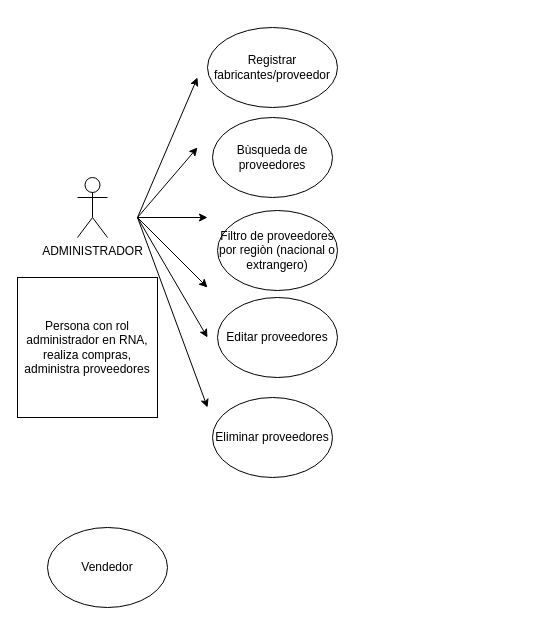
Above: Diagrama sin título.drawio in roxyDev/workshop-git (draw.io), before the change. Source tidied: cells renumbered, new cells numbered last; positions are measured from the earlier drawing's top-left corner, leaving out a move shared by most shapes. Both pictures are drawn from the tidied source at 100%, with x=0, y=0 at pixel (17, 27).
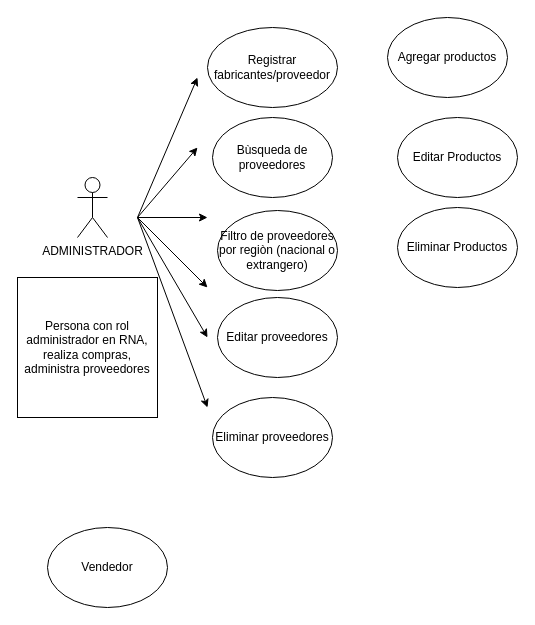
Above is the later version.

The edit, as a diff of the source:
```diff
@@
+    <mxCell id="16" value="Agregar productos" style="ellipse;whiteSpace=wrap;html=1;" parent="1" vertex="1">
+      <mxGeometry x="370" y="-10" width="120" height="80" as="geometry" />
+    </mxCell>
+    <mxCell id="17" value="Editar Productos" style="ellipse;whiteSpace=wrap;html=1;" parent="1" vertex="1">
+      <mxGeometry x="380" y="90" width="120" height="80" as="geometry" />
+    </mxCell>
+    <mxCell id="18" value="Eliminar Productos" style="ellipse;whiteSpace=wrap;html=1;" parent="1" vertex="1">
+      <mxGeometry x="380" y="180" width="120" height="80" as="geometry" />
+    </mxCell>
```
